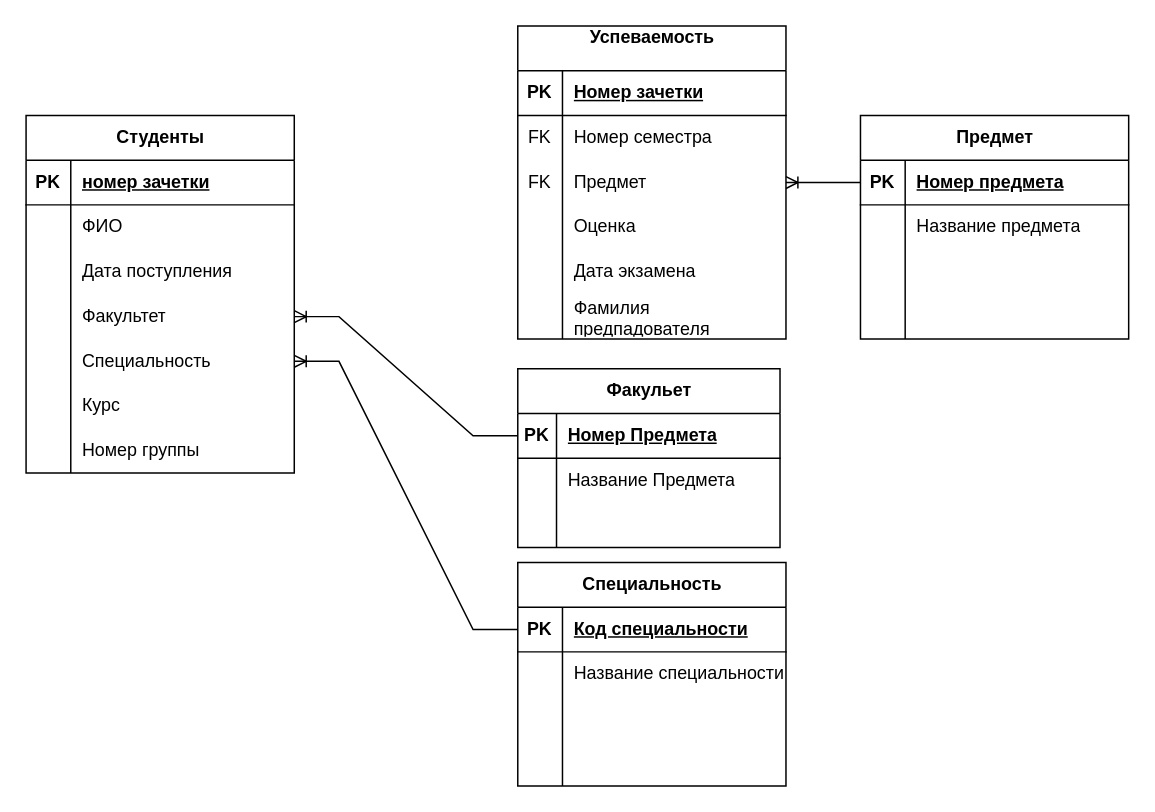
CheeseSpel/UML-scheme keeps this draw.io diagram as test scheme.drawio. Above is the earlier version. Source tidied: cells renumbered, new cells numbered last; positions are measured from the earlier drawing's top-left corner, leaving out a move shared by most shapes. Both pictures are drawn from the tidied source at 149%, with x=0, y=0 at pixel (25, 25).
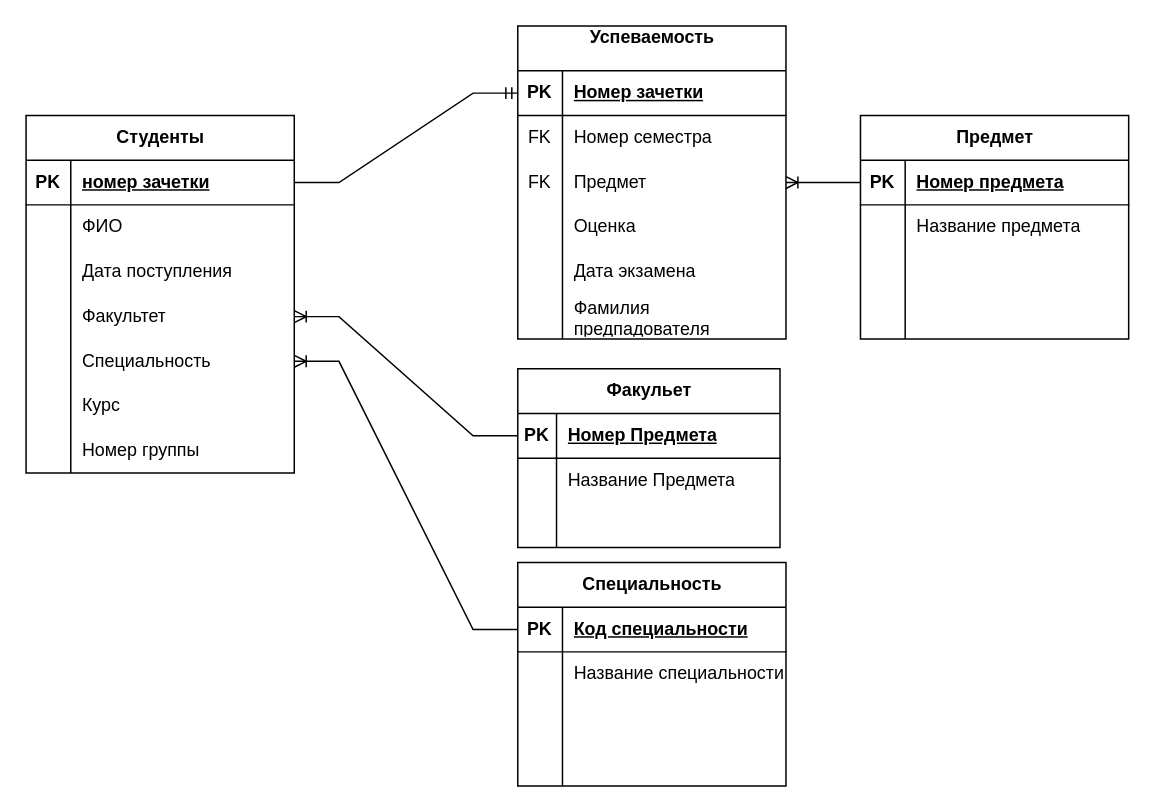
The same diagram, later.

The change refers to these unchanged cells:
```xml
<mxCell id="3" style="shape=tableRow;horizontal=0;startSize=0;swimlaneHead=0;swimlaneBody=0;fillColor=none;points=[[0,0.5],[1,0.5]];portConstraint=eastwest;top=0;left=0;right=0;bottom=1;labelBackgroundColor=none;" parent="2" vertex="1">
  <mxGeometry y="30" width="180" height="30" as="geometry" />
</mxCell>
<mxCell id="25" style="shape=tableRow;horizontal=0;startSize=0;swimlaneHead=0;swimlaneBody=0;fillColor=none;points=[[0,0.5],[1,0.5]];portConstraint=eastwest;top=0;left=0;right=0;bottom=1;" parent="24" vertex="1">
  <mxGeometry y="30" width="180" height="30" as="geometry" />
</mxCell>
```

Diff of the diagram source:
```diff
@@
+    <mxCell id="82" style="edgeStyle=entityRelationEdgeStyle;fontSize=12;html=1;endArrow=ERmandOne;rounded=0;" parent="1" edge="1" source="3" target="25">
+      <mxGeometry relative="1" as="geometry" />
+    </mxCell>
```
